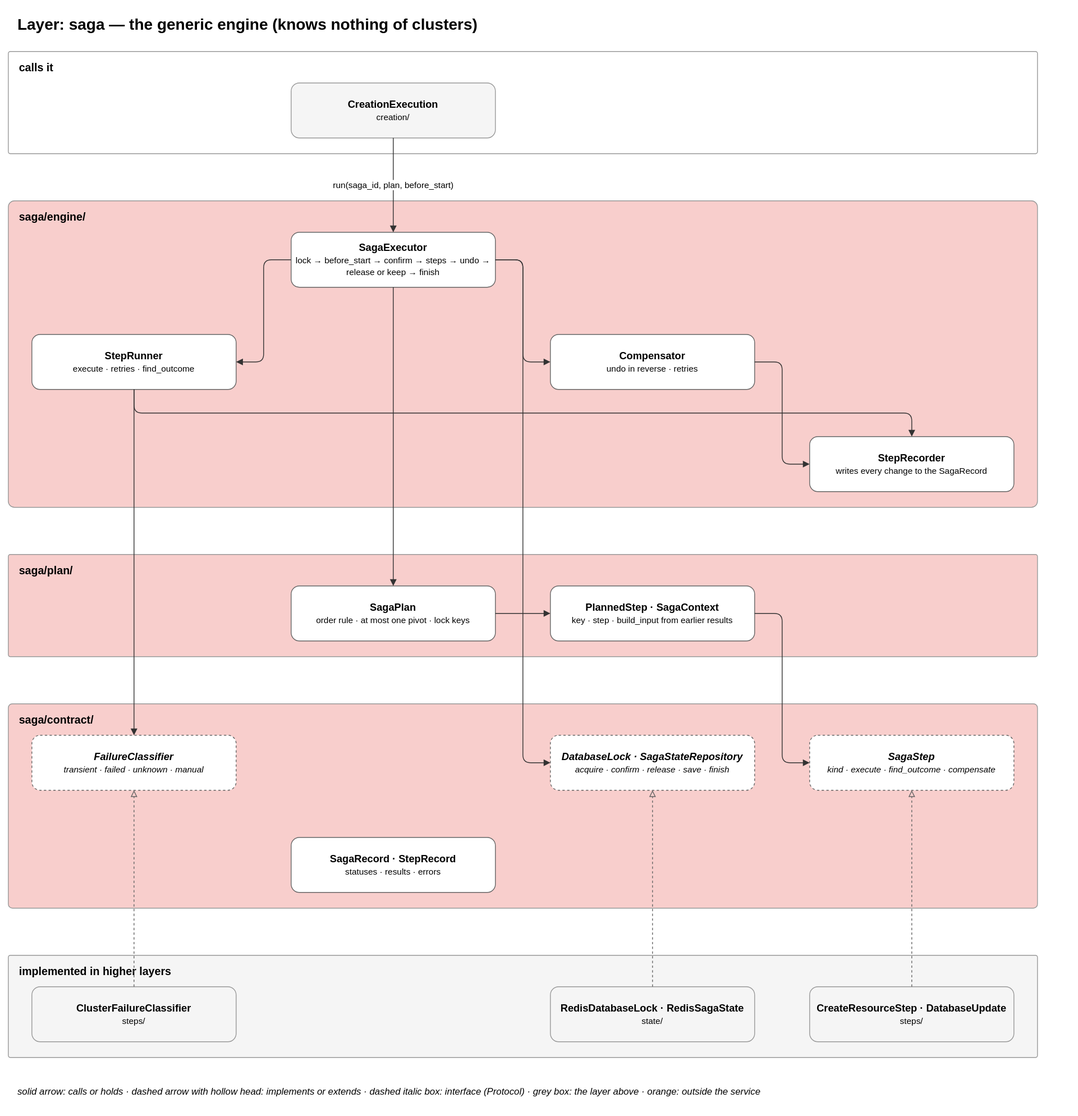
This is docs/diagrams/06-layer-saga.drawio.svg from EliShteinman/redis-enterprise-services, a draw.io export, as it was before one commit. Source tidied: cells renumbered, new cells last; positions are measured from the earlier drawing's top-left corner, leaving out a move shared by most shapes.
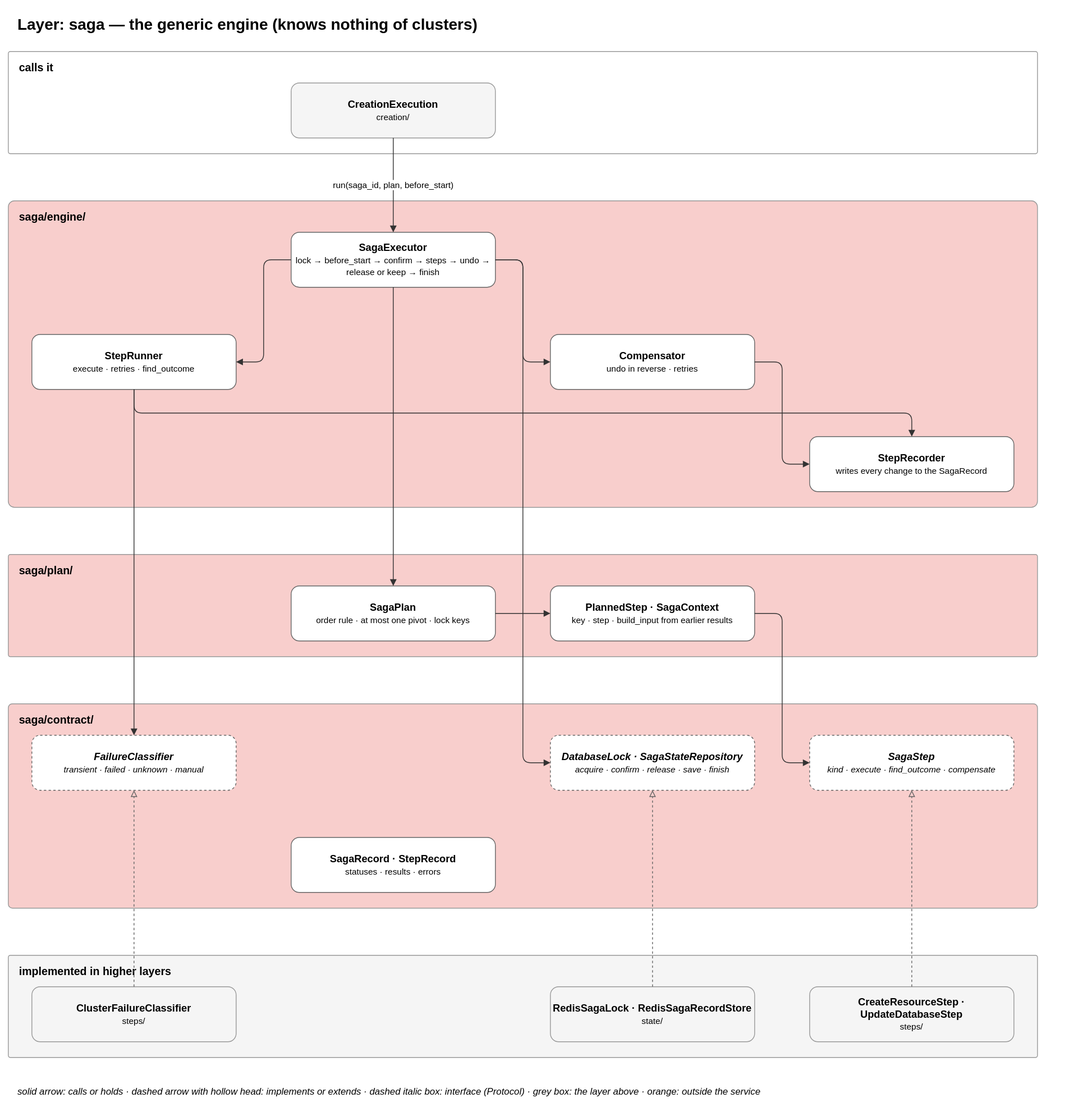
Later version of the same file.

Change to the diagram source:
```diff
@@ -56,10 +56,10 @@
     <mxCell id="19" value="&lt;b&gt;ClusterFailureClassifier&lt;/b&gt;&lt;br&gt;&lt;font style='font-size:11px'&gt;steps/&lt;/font&gt;" style="rounded=1;whiteSpace=wrap;html=1;fillColor=#f5f5f5;strokeColor=#999999;fontSize=13;" parent="1" vertex="1">
       <mxGeometry x="30" y="1245" width="260" height="70" as="geometry" />
     </mxCell>
-    <mxCell id="20" value="&lt;b&gt;RedisDatabaseLock · RedisSagaState&lt;/b&gt;&lt;br&gt;&lt;font style='font-size:11px'&gt;state/&lt;/font&gt;" style="rounded=1;whiteSpace=wrap;html=1;fillColor=#f5f5f5;strokeColor=#999999;fontSize=13;" parent="1" vertex="1">
+    <mxCell id="20" value="&lt;b&gt;RedisSagaLock · RedisSagaRecordStore&lt;/b&gt;&lt;br&gt;&lt;font style='font-size:11px'&gt;state/&lt;/font&gt;" style="rounded=1;whiteSpace=wrap;html=1;fillColor=#f5f5f5;strokeColor=#999999;fontSize=13;" parent="1" vertex="1">
       <mxGeometry x="690" y="1245" width="260" height="70" as="geometry" />
     </mxCell>
-    <mxCell id="21" value="&lt;b&gt;CreateResourceStep · DatabaseUpdate&lt;/b&gt;&lt;br&gt;&lt;font style='font-size:11px'&gt;steps/&lt;/font&gt;" style="rounded=1;whiteSpace=wrap;html=1;fillColor=#f5f5f5;strokeColor=#999999;fontSize=13;" parent="1" vertex="1">
+    <mxCell id="21" value="&lt;b&gt;CreateResourceStep · UpdateDatabaseStep&lt;/b&gt;&lt;br&gt;&lt;font style='font-size:11px'&gt;steps/&lt;/font&gt;" style="rounded=1;whiteSpace=wrap;html=1;fillColor=#f5f5f5;strokeColor=#999999;fontSize=13;" parent="1" vertex="1">
       <mxGeometry x="1020" y="1245" width="260" height="70" as="geometry" />
     </mxCell>
     <mxCell id="22" value="run(saga_id, plan, before_start)" style="edgeStyle=orthogonalEdgeStyle;rounded=1;html=1;fontSize=11;labelBackgroundColor=#ffffff;exitX=0.5;exitY=1;entryX=0.5;entryY=0;endArrow=block;strokeColor=#333333;" parent="1" edge="1" source="4" target="6">
```
